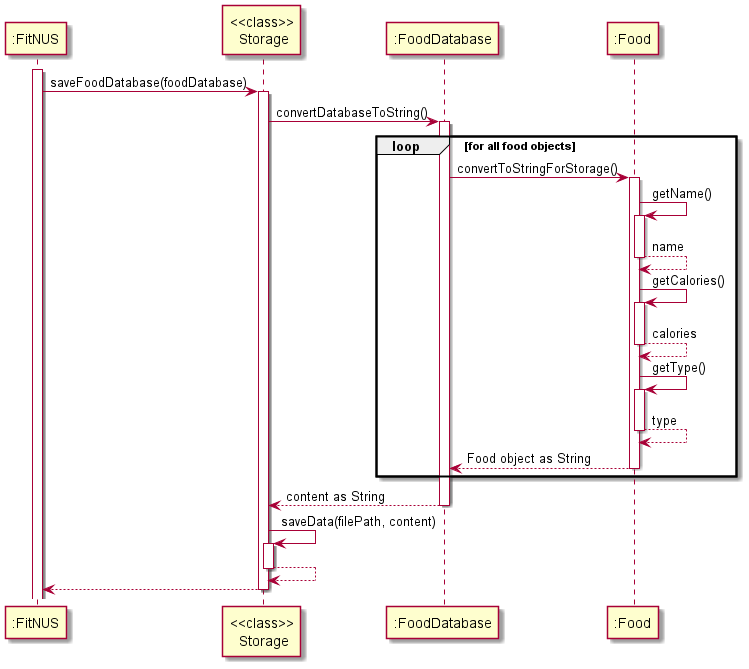
The PlantUML diagram docs/diagrams-DG/Storage_sequence_save.png in praj-bellakka/tp, before a commit. Source of this version:
```plantuml
@startuml

activate ":FitNUS"
":FitNUS" -> "<<class>>\n Storage": saveFoodDatabase(foodDatabase)
activate "<<class>>\n Storage"
"<<class>>\n Storage" -> ":FoodDatabase" : convertDatabaseToString()
activate ":FoodDatabase"
loop for all food objects
    ":FoodDatabase" -> ":Food": convertToStringForStorage()
    activate ":Food"
    ":Food" -> ":Food": getName()
    activate ":Food"
    return name
    ":Food" -> ":Food": getCalories()
    activate ":Food"
    return calories
    ":Food" -> ":Food": getType()
    activate ":Food"
    return type
    return Food object as String
end
return content as String
"<<class>>\n Storage" -> "<<class>>\n Storage" : saveData(filePath, content)
activate "<<class>>\n Storage"
return
return


@enduml
```
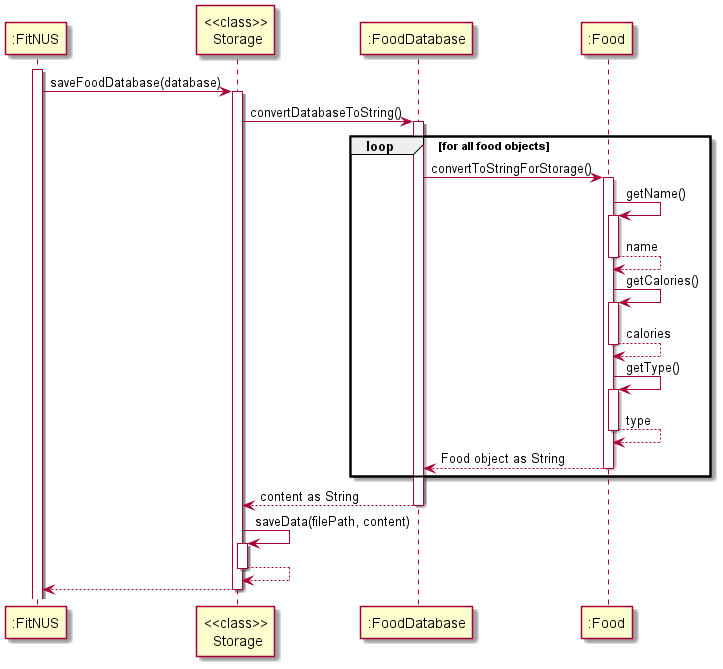
The same diagram one commit later.

Commit message:
Update sequence diagrams

What changed in the source:
```diff
@@ -1,7 +1,7 @@
 @startuml
 
 activate ":FitNUS"
-":FitNUS" -> "<<class>>\n Storage": saveFoodDatabase(foodDatabase)
+":FitNUS" -> "<<class>>\n Storage": saveFoodDatabase(database)
 activate "<<class>>\n Storage"
 "<<class>>\n Storage" -> ":FoodDatabase" : convertDatabaseToString()
 activate ":FoodDatabase"
```
